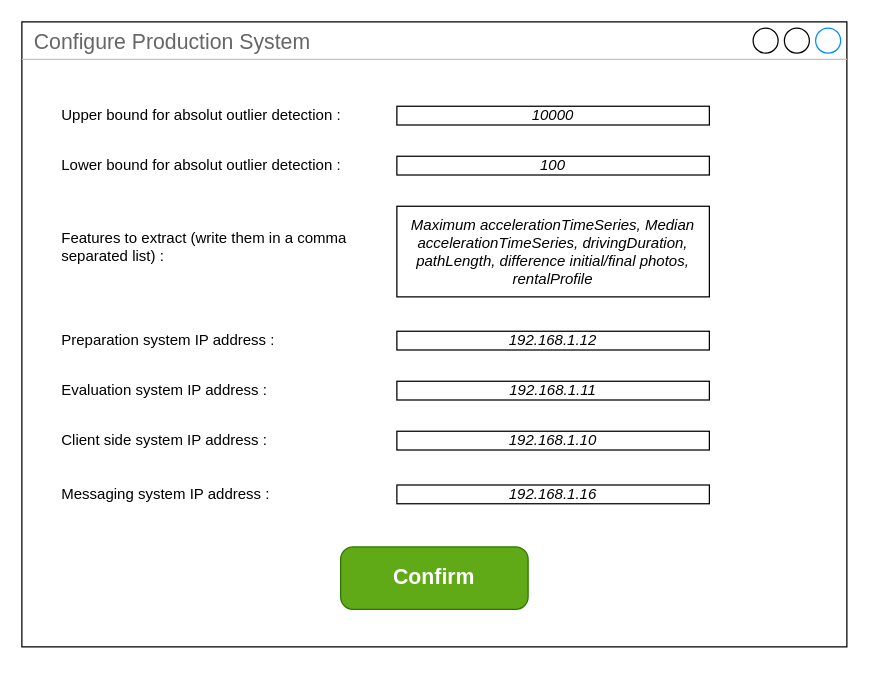
Above: configure/production system (JACO)/production_system.drawio in BaffoBello14/AutomaticDamagesRecognition (draw.io), before the change. Source tidied: cells renumbered, new cells numbered last; positions are measured from the earlier drawing's top-left corner, leaving out a move shared by most shapes. Both pictures are drawn from the tidied source at 125%, with x=0, y=0 at pixel (21, 21).
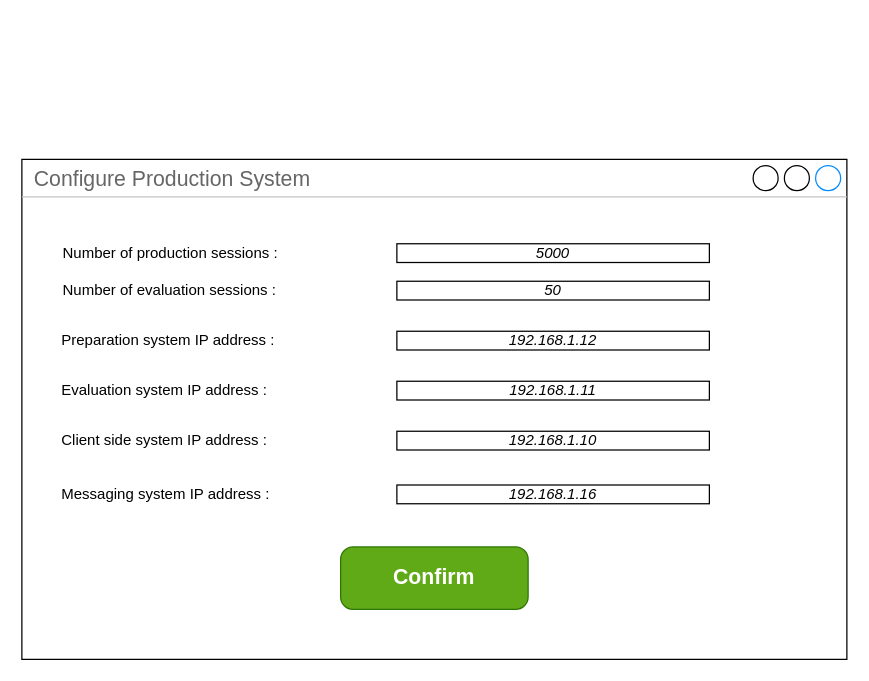
After the change.

Commit message:
config prod sys edited

The edit, as a diff of the source:
```diff
@@
 <mxGraphModel>
   <root>
     <mxCell id="0" />
     <mxCell id="1" parent="0" />
     <mxCell id="2" value="Configure Production System" style="strokeWidth=1;shadow=0;dashed=0;align=center;html=1;shape=mxgraph.mockup.containers.window;align=left;verticalAlign=top;spacingLeft=8;strokeColor2=#008cff;strokeColor3=#c4c4c4;fontColor=#666666;mainText=;fontSize=17;labelBackgroundColor=none;whiteSpace=wrap;" parent="1" vertex="1">
-      <mxGeometry width="660" height="500" as="geometry" />
+      <mxGeometry y="110" width="660" height="400" as="geometry" />
     </mxCell>
     <mxCell id="3" value="Confirm" style="strokeWidth=1;shadow=0;dashed=0;align=center;html=1;shape=mxgraph.mockup.buttons.button;strokeColor=#2D7600;fontColor=#ffffff;mainText=;buttonStyle=round;fontSize=17;fontStyle=1;fillColor=#60a917;whiteSpace=wrap;" parent="1" vertex="1">
       <mxGeometry x="255" y="420" width="150" height="50" as="geometry" />
     </mxCell>
-    <mxCell id="4" value="Upper bound for absolut outlier detection :" style="text;html=1;strokeColor=none;fillColor=none;align=left;verticalAlign=middle;whiteSpace=wrap;rounded=0;" parent="1" vertex="1">
-      <mxGeometry x="30" y="60" width="240" height="30" as="geometry" />
+    <mxCell id="4" value="Number of evaluation sessions :" style="text;html=1;strokeColor=none;fillColor=none;align=left;verticalAlign=middle;whiteSpace=wrap;rounded=0;" parent="1" vertex="1">
+      <mxGeometry x="31" y="200" width="240" height="30" as="geometry" />
     </mxCell>
-    <mxCell id="5" value="&lt;i&gt;&lt;font&gt;10000&lt;/font&gt;&lt;/i&gt;" style="rounded=0;whiteSpace=wrap;html=1;fontColor=#000000;" parent="1" vertex="1">
-      <mxGeometry x="300" y="67.5" width="250" height="15" as="geometry" />
+    <mxCell id="5" value="&lt;i&gt;&lt;font&gt;50&lt;/font&gt;&lt;/i&gt;" style="rounded=0;whiteSpace=wrap;html=1;fontColor=#000000;" parent="1" vertex="1">
+      <mxGeometry x="300" y="207.5" width="250" height="15" as="geometry" />
     </mxCell>
-    <mxCell id="6" value="Lower bound for absolut outlier detection :" style="text;html=1;strokeColor=none;fillColor=none;align=left;verticalAlign=middle;whiteSpace=wrap;rounded=0;" parent="1" vertex="1">
-      <mxGeometry x="30" y="100" width="230" height="30" as="geometry" />
-    </mxCell>
-    <mxCell id="7" value="&lt;i&gt;&lt;font&gt;100&lt;/font&gt;&lt;/i&gt;" style="rounded=0;whiteSpace=wrap;html=1;fontColor=#000000;" parent="1" vertex="1">
-      <mxGeometry x="300" y="107.5" width="250" height="15" as="geometry" />
-    </mxCell>
-    <mxCell id="8" value="Features to extract (write them in a comma separated list) :" style="text;html=1;strokeColor=none;fillColor=none;align=left;verticalAlign=middle;whiteSpace=wrap;rounded=0;" parent="1" vertex="1">
-      <mxGeometry x="30" y="140" width="240" height="80" as="geometry" />
-    </mxCell>
-    <mxCell id="9" value="&lt;i&gt;Maximum accelerationTimeSeries, Median accelerationTimeSeries, drivingDuration, pathLength, difference initial/final photos, rentalProfile&lt;/i&gt;" style="rounded=0;whiteSpace=wrap;html=1;fontColor=#000000;" parent="1" vertex="1">
-      <mxGeometry x="300" y="147.5" width="250" height="72.5" as="geometry" />
-    </mxCell>
     <mxCell id="10" value="Preparation system IP address :" style="text;html=1;strokeColor=none;fillColor=none;align=left;verticalAlign=middle;whiteSpace=wrap;rounded=0;" parent="1" vertex="1">
       <mxGeometry x="30" y="240" width="210" height="30" as="geometry" />
     </mxCell>
     <mxCell id="11" value="&lt;i style=&quot;border-color: var(--border-color);&quot;&gt;&lt;font style=&quot;border-color: var(--border-color);&quot;&gt;192.168.1.12&lt;/font&gt;&lt;/i&gt;" style="rounded=0;whiteSpace=wrap;html=1;fontColor=#000000;" parent="1" vertex="1">
       <mxGeometry x="300" y="247.5" width="250" height="15" as="geometry" />
     </mxCell>
     <mxCell id="12" value="Evaluation system IP address :" style="text;html=1;strokeColor=none;fillColor=none;align=left;verticalAlign=middle;whiteSpace=wrap;rounded=0;" parent="1" vertex="1">
       <mxGeometry x="30" y="280" width="210" height="30" as="geometry" />
     </mxCell>
     <mxCell id="13" value="&lt;i style=&quot;border-color: var(--border-color);&quot;&gt;&lt;font style=&quot;border-color: var(--border-color);&quot;&gt;192.168.1.11&lt;/font&gt;&lt;/i&gt;" style="rounded=0;whiteSpace=wrap;html=1;fontColor=#000000;" parent="1" vertex="1">
       <mxGeometry x="300" y="287.5" width="250" height="15" as="geometry" />
     </mxCell>
     <mxCell id="14" value="Client side system IP address :" style="text;html=1;strokeColor=none;fillColor=none;align=left;verticalAlign=middle;whiteSpace=wrap;rounded=0;" parent="1" vertex="1">
       <mxGeometry x="30" y="320" width="210" height="30" as="geometry" />
     </mxCell>
     <mxCell id="15" value="&lt;i style=&quot;border-color: var(--border-color);&quot;&gt;&lt;font style=&quot;border-color: var(--border-color);&quot;&gt;192.168.1.10&lt;/font&gt;&lt;/i&gt;" style="rounded=0;whiteSpace=wrap;html=1;fontColor=#000000;" parent="1" vertex="1">
       <mxGeometry x="300" y="327.5" width="250" height="15" as="geometry" />
     </mxCell>
     <mxCell id="16" value="Messaging system IP address :" style="text;html=1;strokeColor=none;fillColor=none;align=left;verticalAlign=middle;whiteSpace=wrap;rounded=0;" parent="1" vertex="1">
       <mxGeometry x="30" y="363" width="210" height="30" as="geometry" />
     </mxCell>
     <mxCell id="17" value="&lt;i style=&quot;border-color: var(--border-color);&quot;&gt;&lt;font style=&quot;border-color: var(--border-color);&quot;&gt;192.168.1.16&lt;/font&gt;&lt;/i&gt;" style="rounded=0;whiteSpace=wrap;html=1;fontColor=#000000;" parent="1" vertex="1">
       <mxGeometry x="300" y="370.5" width="250" height="15" as="geometry" />
     </mxCell>
+    <mxCell id="18" value="Number of production sessions :" style="text;html=1;strokeColor=none;fillColor=none;align=left;verticalAlign=middle;whiteSpace=wrap;rounded=0;" parent="1" vertex="1">
+      <mxGeometry x="31" y="170" width="240" height="30" as="geometry" />
+    </mxCell>
+    <mxCell id="19" value="&lt;i&gt;&lt;font&gt;5000&lt;/font&gt;&lt;/i&gt;" style="rounded=0;whiteSpace=wrap;html=1;fontColor=#000000;" parent="1" vertex="1">
+      <mxGeometry x="300" y="177.5" width="250" height="15" as="geometry" />
+    </mxCell>
   </root>
 </mxGraphModel>
```
